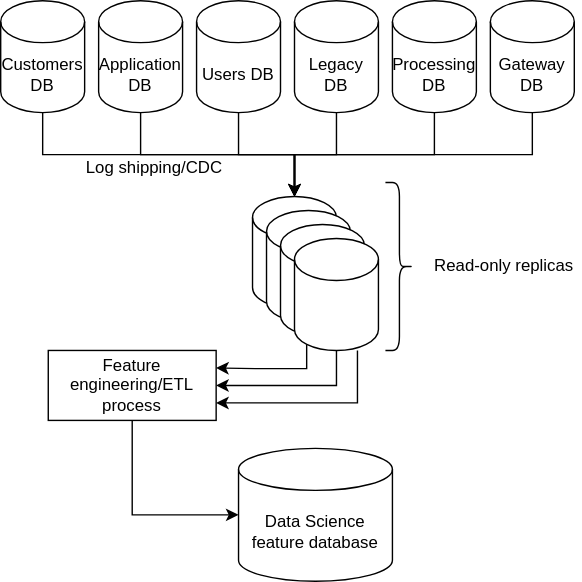
Above: presentations/diagrams/problem-2-data-extraction-pipeline.svg in andykuszyk/andykuszyk.github.io (draw.io), before the change. Source tidied: cells renumbered, new cells last; positions are measured from the earlier drawing's top-left corner, leaving out a move shared by most shapes.
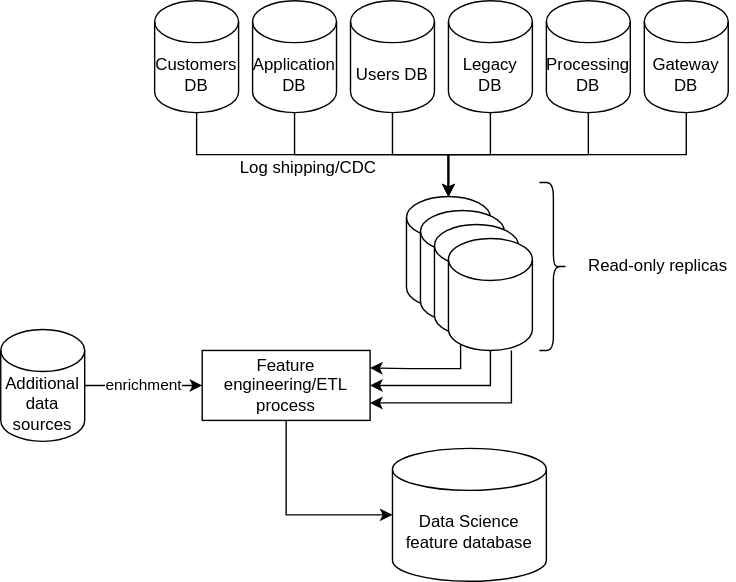
Above is the later version.

Diff of the diagram source:
```diff
@@ -87,5 +87,11 @@
     <mxCell id="27" value="Data Science feature database" style="shape=cylinder3;whiteSpace=wrap;html=1;boundedLbl=1;backgroundOutline=1;size=15;" parent="1" vertex="1">
       <mxGeometry x="170" y="320" width="110" height="95" as="geometry" />
     </mxCell>
+    <mxCell id="28" value="enrichment" style="edgeStyle=orthogonalEdgeStyle;rounded=0;jettySize=auto;html=1;" parent="1" edge="1" source="29" target="26">
+      <mxGeometry relative="1" as="geometry" />
+    </mxCell>
+    <mxCell id="29" value="Additional data sources" style="shape=cylinder3;whiteSpace=wrap;html=1;boundedLbl=1;backgroundOutline=1;size=15;" parent="1" vertex="1">
+      <mxGeometry x="-110" y="235" width="60" height="80" as="geometry" />
+    </mxCell>
   </root>
 </mxGraphModel>
```
